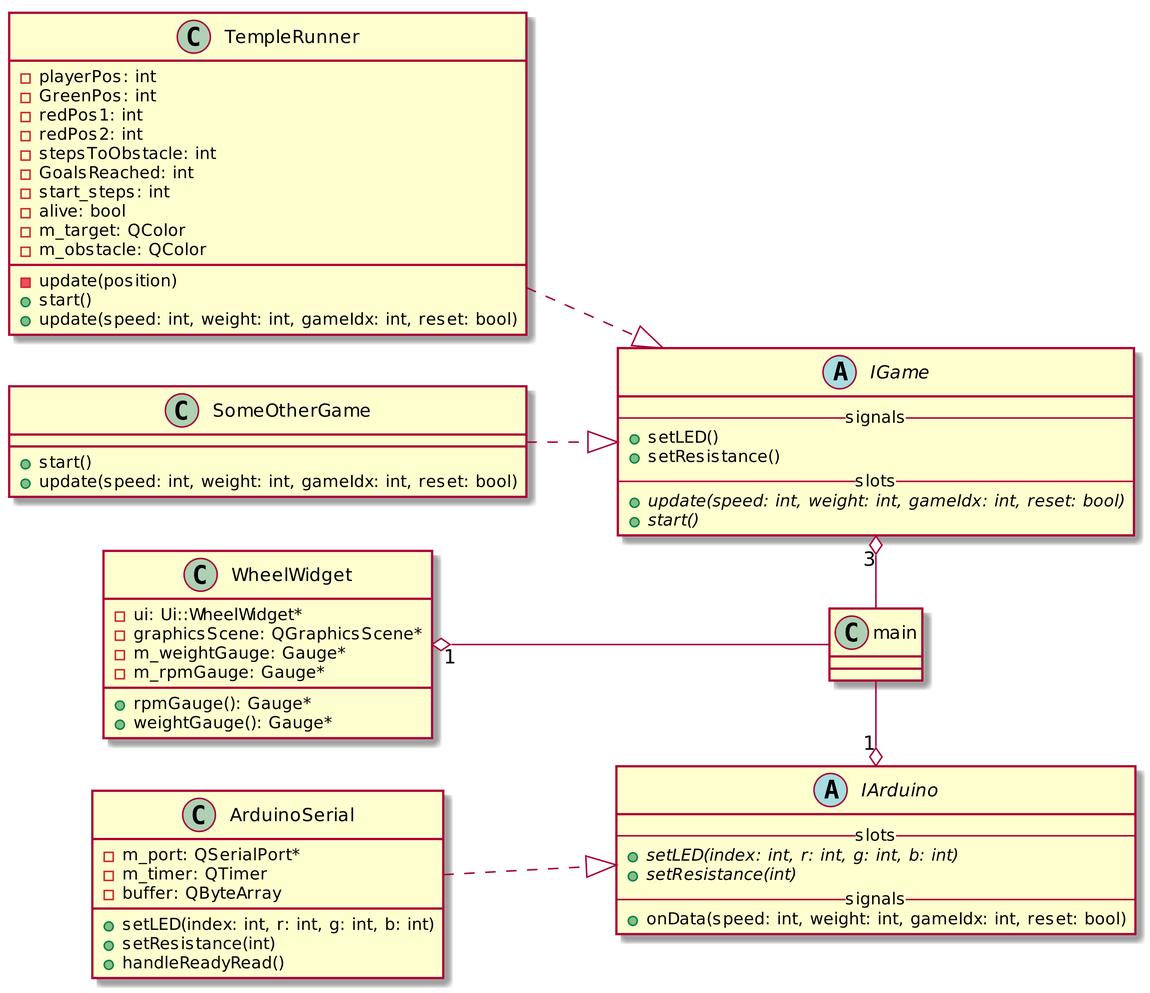
Above: uml/out/uml/uml.png in Anders-Clement/B208 (PlantUML), before the change.
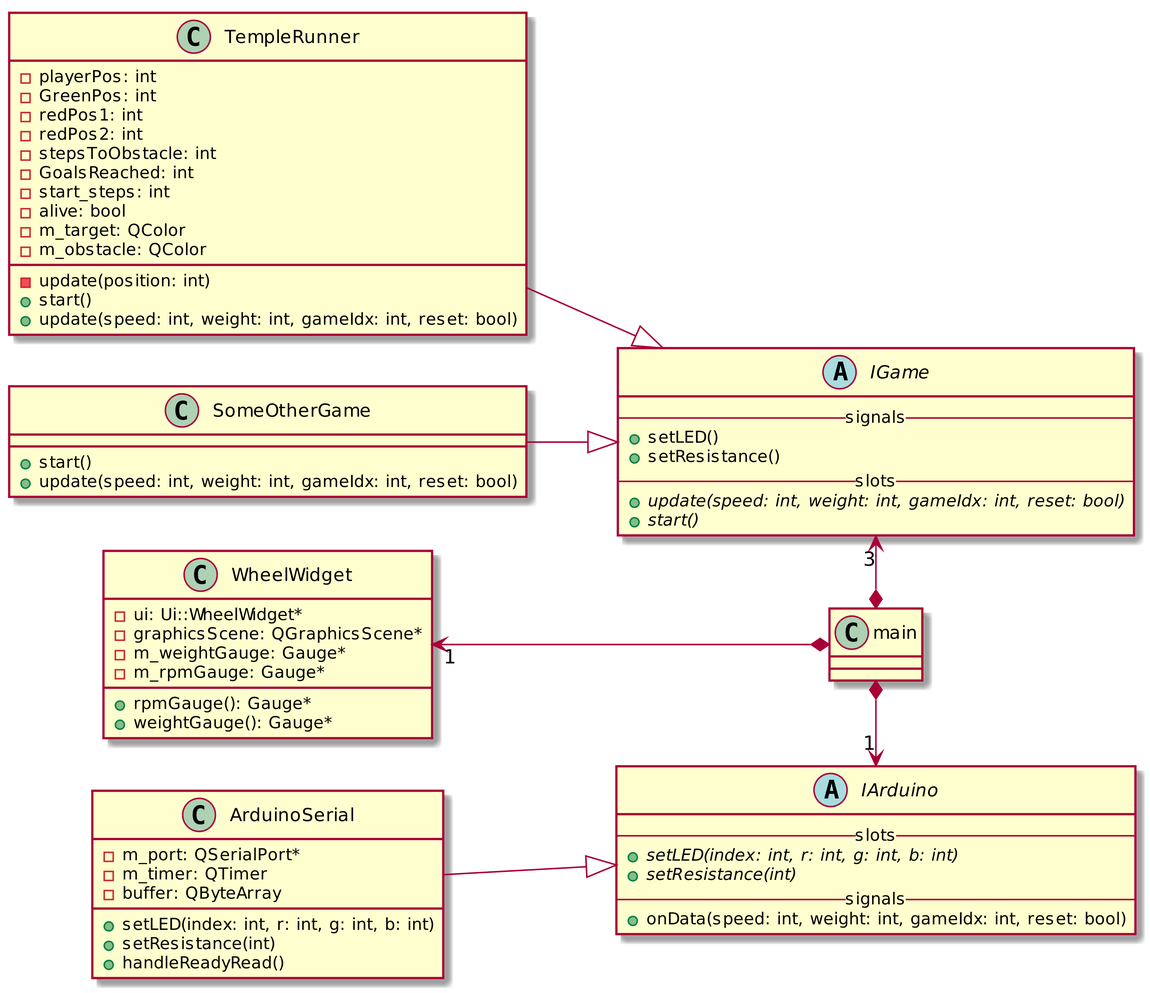
After the commit.

The edit, as a diff of the source:
```diff
@@ -23,7 +23,7 @@
     - alive: bool
     - m_target: QColor
     - m_obstacle: QColor
-    - update(position)
+    - update(position: int)
     + start()
     + update(speed: int, weight: int, gameIdx: int, reset: bool)
 }
@@ -32,8 +32,8 @@
     + update(speed: int, weight: int, gameIdx: int, reset: bool)
 }
 
-TempleRunner ..|> IGame
-SomeOtherGame ..|> IGame
+TempleRunner --|> IGame
+SomeOtherGame --|> IGame
 
 abstract IArduino {
     --slots--
@@ -52,7 +52,7 @@
     + handleReadyRead()
 }
 
-ArduinoSerial ..|> IArduino
+ArduinoSerial --|> IArduino
 
 class WheelWidget {
     - ui: Ui::WheelWidget*
@@ -63,7 +63,8 @@
     + weightGauge(): Gauge*
 }
 
-IArduino "1" o-left- main
-IGame "3" o-right- main
-WheelWidget "1" o-down- main
+main *-right->"1" IArduino
+main *-up->"1" WheelWidget
+main *-left->"3" IGame
+
 @enduml
```
